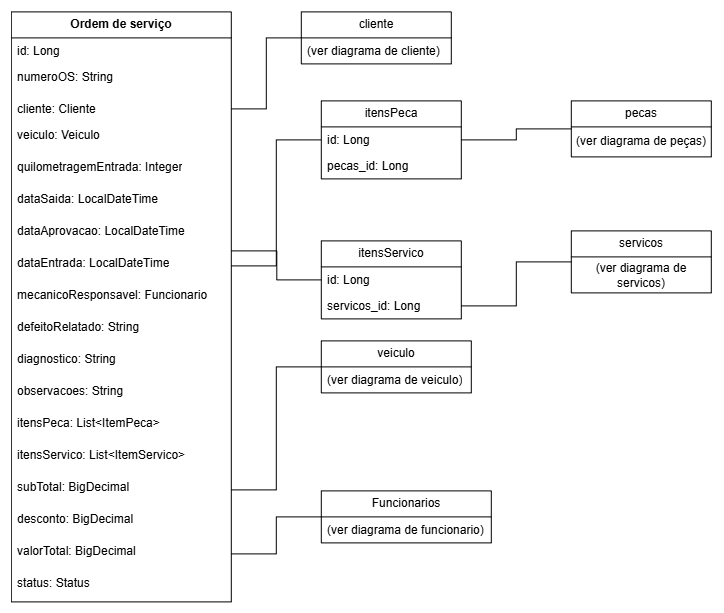
Before: docs/diagramas/Diagrama de Ordem de servico.drawio.png, a diagram exported from draw.io (henriqueValgas/oficina-mecanica-api). Source tidied: cells renumbered, new cells last; positions are measured from the earlier drawing's top-left corner, leaving out a move shared by most shapes.
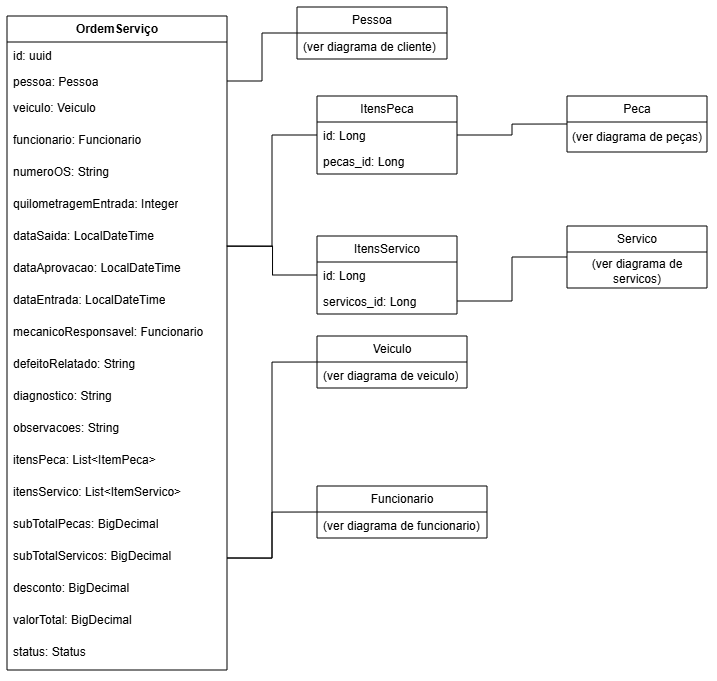
The same diagram one commit later.

The edit, as a diff of the source:
```diff
@@ -2,67 +2,73 @@
   <root>
     <mxCell id="0" />
     <mxCell id="1" parent="0" />
-    <mxCell id="2" value="&lt;span style=&quot;font-weight: 700;&quot;&gt;Ordem de serviço&lt;/span&gt;" style="swimlane;fontStyle=0;horizontal=1;startSize=26;fillColor=none;whiteSpace=wrap;html=1;" parent="1" vertex="1">
-      <mxGeometry width="220" height="590" as="geometry" />
+    <mxCell id="2" value="&lt;span style=&quot;font-weight: 700;&quot;&gt;OrdemServiço&lt;/span&gt;" style="swimlane;fontStyle=0;horizontal=1;startSize=26;fillColor=none;whiteSpace=wrap;html=1;" parent="1" vertex="1">
+      <mxGeometry y="9" width="220" height="654" as="geometry" />
     </mxCell>
-    <mxCell id="3" value="id: Long" style="text;strokeColor=none;fillColor=none;align=left;verticalAlign=top;spacingLeft=4;spacingRight=4;overflow=hidden;whiteSpace=wrap;html=1;" parent="2" vertex="1">
+    <mxCell id="3" value="id: uuid" style="text;strokeColor=none;fillColor=none;align=left;verticalAlign=top;spacingLeft=4;spacingRight=4;overflow=hidden;whiteSpace=wrap;html=1;" parent="2" vertex="1">
       <mxGeometry y="26" width="220" height="26" as="geometry" />
     </mxCell>
+    <mxCell id="5" value="pessoa: Pessoa" style="text;strokeColor=none;fillColor=none;align=left;verticalAlign=top;spacingLeft=4;spacingRight=4;overflow=hidden;points=[[0,0.5],[1,0.5]];portConstraint=eastwest;whiteSpace=wrap;html=1;" parent="2" vertex="1">
+      <mxGeometry y="52" width="220" height="26" as="geometry" />
+    </mxCell>
+    <mxCell id="44" value="veiculo: Veiculo" style="text;strokeColor=none;fillColor=none;align=left;verticalAlign=top;spacingLeft=4;spacingRight=4;overflow=hidden;whiteSpace=wrap;html=1;" parent="2" vertex="1">
+      <mxGeometry y="78" width="220" height="32" as="geometry" />
+    </mxCell>
+    <mxCell id="6" value="funcionario: Funcionario" style="text;strokeColor=none;fillColor=none;align=left;verticalAlign=top;spacingLeft=4;spacingRight=4;overflow=hidden;whiteSpace=wrap;html=1;" parent="2" vertex="1">
+      <mxGeometry y="110" width="220" height="32" as="geometry" />
+    </mxCell>
     <mxCell id="4" value="numeroOS: String" style="text;strokeColor=none;fillColor=none;align=left;verticalAlign=top;spacingLeft=4;spacingRight=4;overflow=hidden;whiteSpace=wrap;html=1;" parent="2" vertex="1">
-      <mxGeometry y="52" width="220" height="32" as="geometry" />
+      <mxGeometry y="142" width="220" height="32" as="geometry" />
     </mxCell>
-    <mxCell id="5" value="cliente: Cliente" style="text;strokeColor=none;fillColor=none;align=left;verticalAlign=top;spacingLeft=4;spacingRight=4;overflow=hidden;points=[[0,0.5],[1,0.5]];portConstraint=eastwest;whiteSpace=wrap;html=1;" parent="2" vertex="1">
-      <mxGeometry y="84" width="220" height="26" as="geometry" />
-    </mxCell>
-    <mxCell id="6" value="veiculo: Veiculo" style="text;strokeColor=none;fillColor=none;align=left;verticalAlign=top;spacingLeft=4;spacingRight=4;overflow=hidden;whiteSpace=wrap;html=1;" parent="2" vertex="1">
-      <mxGeometry y="110" width="220" height="32" as="geometry" />
-    </mxCell>
     <mxCell id="7" value="quilometragemEntrada: Integer" style="text;strokeColor=none;fillColor=none;align=left;verticalAlign=top;spacingLeft=4;spacingRight=4;overflow=hidden;whiteSpace=wrap;html=1;" parent="2" vertex="1">
-      <mxGeometry y="142" width="220" height="32" as="geometry" />
+      <mxGeometry y="174" width="220" height="32" as="geometry" />
     </mxCell>
     <mxCell id="8" value="dataSaida: LocalDateTime" style="text;strokeColor=none;fillColor=none;align=left;verticalAlign=top;spacingLeft=4;spacingRight=4;overflow=hidden;points=[[0,0.5],[1,0.5]];portConstraint=eastwest;whiteSpace=wrap;html=1;" parent="2" vertex="1">
-      <mxGeometry y="174" width="220" height="32" as="geometry" />
+      <mxGeometry y="206" width="220" height="32" as="geometry" />
     </mxCell>
     <mxCell id="9" value="dataAprovacao: LocalDateTime" style="text;strokeColor=none;fillColor=none;align=left;verticalAlign=top;spacingLeft=4;spacingRight=4;overflow=hidden;whiteSpace=wrap;html=1;" parent="2" vertex="1">
-      <mxGeometry y="206" width="220" height="32" as="geometry" />
+      <mxGeometry y="238" width="220" height="32" as="geometry" />
     </mxCell>
     <mxCell id="10" value="dataEntrada: LocalDateTime" style="text;strokeColor=none;fillColor=none;align=left;verticalAlign=top;spacingLeft=4;spacingRight=4;overflow=hidden;points=[[0,0.5],[1,0.5]];portConstraint=eastwest;whiteSpace=wrap;html=1;" parent="2" vertex="1">
-      <mxGeometry y="238" width="220" height="32" as="geometry" />
+      <mxGeometry y="270" width="220" height="32" as="geometry" />
     </mxCell>
     <mxCell id="11" value="mecanicoResponsavel: Funcionario" style="text;strokeColor=none;fillColor=none;align=left;verticalAlign=top;spacingLeft=4;spacingRight=4;overflow=hidden;whiteSpace=wrap;html=1;" parent="2" vertex="1">
-      <mxGeometry y="270" width="220" height="32" as="geometry" />
+      <mxGeometry y="302" width="220" height="32" as="geometry" />
     </mxCell>
     <mxCell id="12" value="defeitoRelatado: String" style="text;strokeColor=none;fillColor=none;align=left;verticalAlign=top;spacingLeft=4;spacingRight=4;overflow=hidden;whiteSpace=wrap;html=1;" parent="2" vertex="1">
-      <mxGeometry y="302" width="220" height="32" as="geometry" />
+      <mxGeometry y="334" width="220" height="32" as="geometry" />
     </mxCell>
     <mxCell id="13" value="diagnostico: String" style="text;strokeColor=none;fillColor=none;align=left;verticalAlign=top;spacingLeft=4;spacingRight=4;overflow=hidden;whiteSpace=wrap;html=1;" parent="2" vertex="1">
-      <mxGeometry y="334" width="220" height="32" as="geometry" />
+      <mxGeometry y="366" width="220" height="32" as="geometry" />
     </mxCell>
     <mxCell id="14" value="observacoes: String" style="text;strokeColor=none;fillColor=none;align=left;verticalAlign=top;spacingLeft=4;spacingRight=4;overflow=hidden;whiteSpace=wrap;html=1;" parent="2" vertex="1">
-      <mxGeometry y="366" width="220" height="32" as="geometry" />
+      <mxGeometry y="398" width="220" height="32" as="geometry" />
     </mxCell>
     <mxCell id="15" value="itensPeca: List&amp;lt;ItemPeca&amp;gt;" style="text;strokeColor=none;fillColor=none;align=left;verticalAlign=top;spacingLeft=4;spacingRight=4;overflow=hidden;whiteSpace=wrap;html=1;" parent="2" vertex="1">
-      <mxGeometry y="398" width="220" height="32" as="geometry" />
+      <mxGeometry y="430" width="220" height="32" as="geometry" />
     </mxCell>
     <mxCell id="16" value="itensServico: List&amp;lt;ItemServico&amp;gt;" style="text;strokeColor=none;fillColor=none;align=left;verticalAlign=top;spacingLeft=4;spacingRight=4;overflow=hidden;whiteSpace=wrap;html=1;" parent="2" vertex="1">
-      <mxGeometry y="430" width="220" height="32" as="geometry" />
+      <mxGeometry y="462" width="220" height="32" as="geometry" />
     </mxCell>
+    <mxCell id="45" value="subTotalPecas: BigDecimal" style="text;strokeColor=none;fillColor=none;align=left;verticalAlign=top;spacingLeft=4;spacingRight=4;overflow=hidden;whiteSpace=wrap;html=1;" parent="2" vertex="1">
+      <mxGeometry y="494" width="220" height="32" as="geometry" />
+    </mxCell>
-    <mxCell id="17" value="subTotal: BigDecimal" style="text;strokeColor=none;fillColor=none;align=left;verticalAlign=top;spacingLeft=4;spacingRight=4;overflow=hidden;points=[[0,0.5],[1,0.5]];portConstraint=eastwest;whiteSpace=wrap;html=1;" parent="2" vertex="1">
-      <mxGeometry y="462" width="220" height="32" as="geometry" />
+    <mxCell id="17" value="subTotalServicos: BigDecimal" style="text;strokeColor=none;fillColor=none;align=left;verticalAlign=top;spacingLeft=4;spacingRight=4;overflow=hidden;points=[[0,0.5],[1,0.5]];portConstraint=eastwest;whiteSpace=wrap;html=1;" parent="2" vertex="1">
+      <mxGeometry y="526" width="220" height="32" as="geometry" />
     </mxCell>
     <mxCell id="18" value="desconto: BigDecimal" style="text;strokeColor=none;fillColor=none;align=left;verticalAlign=top;spacingLeft=4;spacingRight=4;overflow=hidden;whiteSpace=wrap;html=1;" parent="2" vertex="1">
-      <mxGeometry y="494" width="220" height="32" as="geometry" />
+      <mxGeometry y="558" width="220" height="32" as="geometry" />
     </mxCell>
     <mxCell id="19" value="valorTotal: BigDecimal" style="text;strokeColor=none;fillColor=none;align=left;verticalAlign=top;spacingLeft=4;spacingRight=4;overflow=hidden;points=[[0,0.5],[1,0.5]];portConstraint=eastwest;whiteSpace=wrap;html=1;" parent="2" vertex="1">
-      <mxGeometry y="526" width="220" height="32" as="geometry" />
+      <mxGeometry y="590" width="220" height="32" as="geometry" />
     </mxCell>
     <mxCell id="20" value="status: Status" style="text;strokeColor=none;fillColor=none;align=left;verticalAlign=top;spacingLeft=4;spacingRight=4;overflow=hidden;whiteSpace=wrap;html=1;" parent="2" vertex="1">
-      <mxGeometry y="558" width="220" height="32" as="geometry" />
+      <mxGeometry y="622" width="220" height="32" as="geometry" />
     </mxCell>
-    <mxCell id="21" style="edgeStyle=orthogonalEdgeStyle;rounded=0;jettySize=auto;html=1;exitX=0;exitY=0.5;exitDx=0;exitDy=0;entryX=1;entryY=0.5;entryDx=0;entryDy=0;endArrow=none;endFill=0;" parent="1" edge="1" source="22" target="10">
+    <mxCell id="21" style="edgeStyle=orthogonalEdgeStyle;rounded=0;jettySize=auto;html=1;exitX=0;exitY=0.5;exitDx=0;exitDy=0;entryX=0.999;entryY=0.758;entryDx=0;entryDy=0;endArrow=none;endFill=0;entryPerimeter=0;" parent="1" edge="1" source="22" target="8">
       <mxGeometry relative="1" as="geometry" />
     </mxCell>
-    <mxCell id="22" value="itensPeca" style="swimlane;fontStyle=0;horizontal=1;startSize=26;fillColor=none;whiteSpace=wrap;html=1;" parent="1" vertex="1">
+    <mxCell id="22" value="ItensPeca" style="swimlane;fontStyle=0;horizontal=1;startSize=26;fillColor=none;whiteSpace=wrap;html=1;" parent="1" vertex="1">
       <mxGeometry x="310" y="89" width="140" height="78" as="geometry" />
     </mxCell>
     <mxCell id="23" value="id: Long" style="text;strokeColor=none;fillColor=none;align=left;verticalAlign=top;spacingLeft=4;spacingRight=4;overflow=hidden;whiteSpace=wrap;html=1;" parent="22" vertex="1">
@@ -76,7 +82,7 @@
         <mxPoint x="220" y="239" as="targetPoint" />
       </mxGeometry>
     </mxCell>
-    <mxCell id="26" value="itensServico" style="swimlane;fontStyle=0;horizontal=1;startSize=26;fillColor=none;whiteSpace=wrap;html=1;" parent="1" vertex="1">
+    <mxCell id="26" value="ItensServico" style="swimlane;fontStyle=0;horizontal=1;startSize=26;fillColor=none;whiteSpace=wrap;html=1;" parent="1" vertex="1">
       <mxGeometry x="310" y="229" width="140" height="78" as="geometry" />
     </mxCell>
     <mxCell id="27" value="id: Long" style="text;strokeColor=none;fillColor=none;align=left;verticalAlign=top;spacingLeft=4;spacingRight=4;overflow=hidden;whiteSpace=wrap;html=1;" parent="26" vertex="1">
@@ -88,7 +94,7 @@
     <mxCell id="29" style="edgeStyle=orthogonalEdgeStyle;rounded=0;jettySize=auto;html=1;exitX=0;exitY=0.5;exitDx=0;exitDy=0;entryX=1;entryY=0.5;entryDx=0;entryDy=0;endArrow=none;endFill=0;" parent="1" edge="1" source="30" target="22">
       <mxGeometry relative="1" as="geometry" />
     </mxCell>
-    <mxCell id="30" value="pecas" style="swimlane;fontStyle=0;horizontal=1;startSize=26;fillColor=none;whiteSpace=wrap;html=1;" parent="1" vertex="1">
+    <mxCell id="30" value="Peca" style="swimlane;fontStyle=0;horizontal=1;startSize=26;fillColor=none;whiteSpace=wrap;html=1;" parent="1" vertex="1">
       <mxGeometry x="560" y="89" width="140" height="56" as="geometry" />
     </mxCell>
     <mxCell id="31" value="(ver diagrama de peças)" style="text;html=1;whiteSpace=wrap;strokeColor=none;fillColor=none;align=center;verticalAlign=middle;rounded=0;" parent="30" vertex="1">
@@ -97,7 +103,7 @@
     <mxCell id="32" style="edgeStyle=orthogonalEdgeStyle;rounded=0;jettySize=auto;html=1;exitX=0;exitY=0.5;exitDx=0;exitDy=0;entryX=1;entryY=0.5;entryDx=0;entryDy=0;endArrow=none;endFill=0;" parent="1" edge="1" source="33" target="28">
       <mxGeometry relative="1" as="geometry" />
     </mxCell>
-    <mxCell id="33" value="servicos" style="swimlane;fontStyle=0;horizontal=1;startSize=26;fillColor=none;whiteSpace=wrap;html=1;" parent="1" vertex="1">
+    <mxCell id="33" value="Servico" style="swimlane;fontStyle=0;horizontal=1;startSize=26;fillColor=none;whiteSpace=wrap;html=1;" parent="1" vertex="1">
       <mxGeometry x="560" y="219" width="140" height="62" as="geometry" />
     </mxCell>
     <mxCell id="34" value="(ver diagrama de servicos)" style="text;html=1;whiteSpace=wrap;strokeColor=none;fillColor=none;align=center;verticalAlign=middle;rounded=0;" parent="1" vertex="1">
@@ -106,7 +112,7 @@
     <mxCell id="35" style="edgeStyle=orthogonalEdgeStyle;rounded=0;jettySize=auto;html=1;exitX=0;exitY=0.5;exitDx=0;exitDy=0;entryX=1;entryY=0.5;entryDx=0;entryDy=0;endArrow=none;endFill=0;" parent="1" edge="1" source="36" target="5">
       <mxGeometry relative="1" as="geometry" />
     </mxCell>
-    <mxCell id="36" value="cliente" style="swimlane;fontStyle=0;horizontal=1;startSize=26;fillColor=none;whiteSpace=wrap;html=1;" parent="1" vertex="1">
+    <mxCell id="36" value="Pessoa" style="swimlane;fontStyle=0;horizontal=1;startSize=26;fillColor=none;whiteSpace=wrap;html=1;" parent="1" vertex="1">
       <mxGeometry x="290" width="150" height="52" as="geometry" />
     </mxCell>
     <mxCell id="37" value="(ver diagrama de cliente)" style="text;strokeColor=none;fillColor=none;align=left;verticalAlign=top;spacingLeft=4;spacingRight=4;overflow=hidden;whiteSpace=wrap;html=1;" parent="36" vertex="1">
@@ -115,16 +121,16 @@
     <mxCell id="38" style="edgeStyle=orthogonalEdgeStyle;rounded=0;jettySize=auto;html=1;exitX=0;exitY=0.5;exitDx=0;exitDy=0;entryX=1;entryY=0.5;entryDx=0;entryDy=0;endArrow=none;endFill=0;" parent="1" edge="1" source="39" target="17">
       <mxGeometry relative="1" as="geometry" />
     </mxCell>
-    <mxCell id="39" value="veiculo" style="swimlane;fontStyle=0;horizontal=1;startSize=26;fillColor=none;whiteSpace=wrap;html=1;" parent="1" vertex="1">
+    <mxCell id="39" value="Veiculo" style="swimlane;fontStyle=0;horizontal=1;startSize=26;fillColor=none;whiteSpace=wrap;html=1;" parent="1" vertex="1">
       <mxGeometry x="310" y="329" width="150" height="52" as="geometry" />
     </mxCell>
     <mxCell id="40" value="(ver diagrama de veiculo)" style="text;strokeColor=none;fillColor=none;align=left;verticalAlign=top;spacingLeft=4;spacingRight=4;overflow=hidden;whiteSpace=wrap;html=1;" parent="39" vertex="1">
       <mxGeometry y="26" width="150" height="26" as="geometry" />
     </mxCell>
-    <mxCell id="41" style="edgeStyle=orthogonalEdgeStyle;rounded=0;jettySize=auto;html=1;exitX=0;exitY=0.5;exitDx=0;exitDy=0;entryX=1;entryY=0.5;entryDx=0;entryDy=0;endArrow=none;endFill=0;" parent="1" edge="1" source="42" target="19">
+    <mxCell id="41" style="edgeStyle=orthogonalEdgeStyle;rounded=0;jettySize=auto;html=1;exitX=0;exitY=0.5;exitDx=0;exitDy=0;entryX=1;entryY=0.5;entryDx=0;entryDy=0;endArrow=none;endFill=0;" parent="1" edge="1" source="42" target="17">
       <mxGeometry relative="1" as="geometry" />
     </mxCell>
-    <mxCell id="42" value="Funcionarios" style="swimlane;fontStyle=0;horizontal=1;startSize=26;fillColor=none;whiteSpace=wrap;html=1;" parent="1" vertex="1">
+    <mxCell id="42" value="Funcionario" style="swimlane;fontStyle=0;horizontal=1;startSize=26;fillColor=none;whiteSpace=wrap;html=1;" parent="1" vertex="1">
       <mxGeometry x="310" y="479" width="170" height="52" as="geometry" />
     </mxCell>
     <mxCell id="43" value="(ver diagrama de funcionario)" style="text;strokeColor=none;fillColor=none;align=left;verticalAlign=top;spacingLeft=4;spacingRight=4;overflow=hidden;whiteSpace=wrap;html=1;" parent="42" vertex="1">
```
